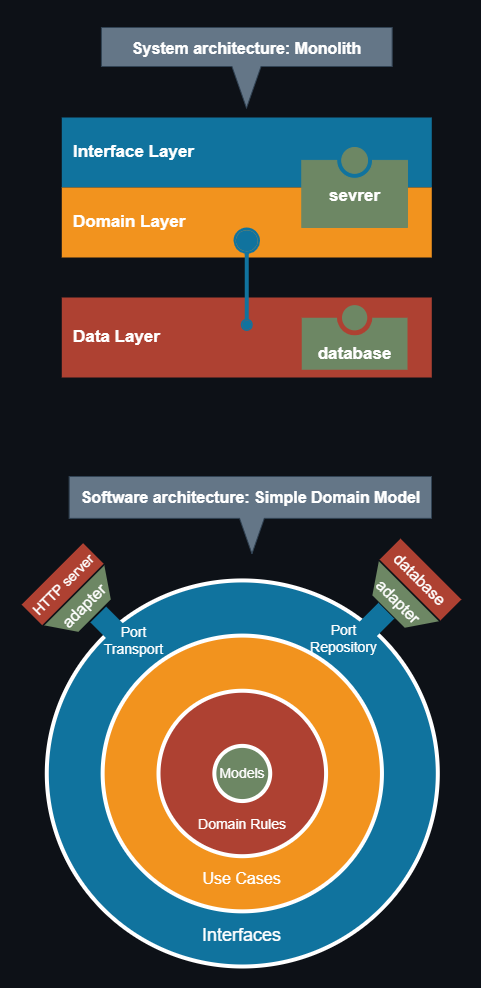
Before: asset/arch.png, a diagram exported from draw.io (kselnaag/shortlink). Source tidied: cells renumbered, new cells last; positions are measured from the earlier drawing's top-left corner, leaving out a move shared by most shapes. The source it was exported from:
```xml
<mxGraphModel>
  <root>
    <mxCell id="0" />
    <mxCell id="1" parent="0" />
    <mxCell id="2" style="rounded=0;whiteSpace=wrap;html=1;fontColor=#FFFFFF;strokeColor=#0d1117;fillColor=#0d1117;" parent="1" vertex="1">
      <mxGeometry width="480" height="987" as="geometry" />
    </mxCell>
    <mxCell id="3" style="group;" parent="1" vertex="1">
      <mxGeometry x="21" y="476" width="440" height="490" as="geometry" />
    </mxCell>
    <mxCell id="4" value="&lt;font style=&quot;font-size: 18px;&quot;&gt;&lt;br&gt;&lt;br&gt;&lt;br&gt;&lt;br&gt;&lt;br&gt;&lt;br&gt;&lt;br&gt;&lt;br&gt;&lt;br&gt;&lt;br&gt;&lt;br&gt;&lt;br&gt;&lt;br&gt;&lt;br&gt;&lt;br&gt;Interfaces&lt;br&gt;&lt;/font&gt;" style="ellipse;html=1;strokeWidth=4;fillColor=#10739E;strokeColor=#ffffff;shadow=0;fontSize=10;fontColor=#FFFFFF;align=center;fontStyle=0;whiteSpace=wrap;spacing=10;" parent="3" vertex="1">
      <mxGeometry x="25.3" y="103.9" width="391" height="386.1" as="geometry" />
    </mxCell>
    <mxCell id="5" value="&lt;font style=&quot;font-size: 16px;&quot;&gt;&lt;br&gt;&lt;br&gt;&lt;br&gt;&lt;br&gt;&lt;br&gt;&lt;br&gt;&lt;br&gt;&lt;br&gt;&lt;br&gt;&lt;br&gt;&lt;br&gt;Use Cases&lt;/font&gt;" style="ellipse;html=1;strokeWidth=4;fillColor=#F2931E;strokeColor=#ffffff;shadow=0;fontSize=10;fontColor=#FFFFFF;align=center;fontStyle=0;whiteSpace=wrap;spacing=10;" parent="3" vertex="1">
      <mxGeometry x="81.1" y="159.1" width="279.3" height="275.8" as="geometry" />
    </mxCell>
    <mxCell id="6" value="&lt;blockquote style=&quot;margin: 0px 0px 0px 40px; border: none; padding: 0px; font-size: 14px;&quot;&gt;&lt;font style=&quot;font-size: 14px;&quot;&gt;&lt;br&gt;&lt;/font&gt;&lt;/blockquote&gt;&lt;blockquote style=&quot;margin: 0px 0px 0px 40px; border: none; padding: 0px; font-size: 14px;&quot;&gt;&lt;br&gt;&lt;/blockquote&gt;&lt;blockquote style=&quot;margin: 0px 0px 0px 40px; border: none; padding: 0px; font-size: 14px;&quot;&gt;&lt;font style=&quot;font-size: 14px;&quot;&gt;&lt;br&gt;&lt;/font&gt;&lt;/blockquote&gt;&lt;blockquote style=&quot;margin: 0px 0px 0px 40px; border: none; padding: 0px; font-size: 14px;&quot;&gt;&lt;font style=&quot;font-size: 14px;&quot;&gt;&lt;br&gt;&lt;/font&gt;&lt;/blockquote&gt;&lt;blockquote style=&quot;margin: 0px 0px 0px 40px; border: none; padding: 0px; font-size: 14px;&quot;&gt;&lt;font style=&quot;font-size: 14px;&quot;&gt;&lt;br&gt;&lt;/font&gt;&lt;/blockquote&gt;&lt;blockquote style=&quot;margin: 0px 0px 0px 40px; border: none; padding: 0px; font-size: 14px;&quot;&gt;&lt;font style=&quot;font-size: 14px;&quot;&gt;&lt;br&gt;&lt;/font&gt;&lt;/blockquote&gt;&lt;font style=&quot;font-size: 14px;&quot;&gt;Domain Rules&lt;/font&gt;" style="ellipse;html=1;strokeWidth=4;fillColor=#AE4132;strokeColor=#ffffff;shadow=0;fontSize=10;fontColor=#FFFFFF;align=center;fontStyle=0;whiteSpace=wrap;spacing=10;" parent="3" vertex="1">
      <mxGeometry x="137" y="214.2" width="167.6" height="165.5" as="geometry" />
    </mxCell>
    <mxCell id="7" value="&lt;font style=&quot;font-size: 14px;&quot;&gt;Models&lt;/font&gt;" style="ellipse;html=1;strokeWidth=4;fillColor=#6D8764;strokeColor=#ffffff;shadow=0;fontSize=10;fontColor=#FFFFFF;align=center;fontStyle=0;whiteSpace=wrap;spacing=10;" parent="3" vertex="1">
      <mxGeometry x="192.9" y="269.4" width="55.9" height="55.2" as="geometry" />
    </mxCell>
    <mxCell id="8" value="&lt;font style=&quot;font-size: 16px;&quot;&gt;Software architecture: Simple Domain Model&lt;/font&gt;" style="html=1;shape=mxgraph.infographic.barCallout;dx=182.8;dy=35.35;fillColor=#647687;strokeColor=#314354;align=center;verticalAlign=top;fontSize=14;fontStyle=1;shadow=0;spacingTop=5;fontColor=#ffffff;" parent="3" vertex="1">
      <mxGeometry x="47.6" width="362.4" height="77.2" as="geometry" />
    </mxCell>
    <mxCell id="9" style="verticalLabelPosition=bottom;verticalAlign=top;html=1;shape=mxgraph.basic.rect;fillColor2=none;strokeWidth=1;size=0;indent=0;fontSize=16;gradientColor=none;fillColor=#10739E;rotation=45;strokeColor=none;" parent="3" vertex="1">
      <mxGeometry x="338.1" y="127.8" width="22.3" height="44.1" as="geometry" />
    </mxCell>
    <mxCell id="10" style="verticalLabelPosition=bottom;verticalAlign=top;html=1;shape=mxgraph.basic.rect;fillColor2=none;strokeWidth=1;size=0;indent=0;fontSize=16;gradientColor=none;fillColor=#10739E;rotation=-45;strokeColor=none;" parent="3" vertex="1">
      <mxGeometry x="81.1" y="131.5" width="22.3" height="44.1" as="geometry" />
    </mxCell>
    <mxCell id="11" value="&lt;font style=&quot;font-size: 14px;&quot; color=&quot;#ffffff&quot;&gt;HTTP server&lt;/font&gt;" style="verticalLabelPosition=middle;verticalAlign=middle;html=1;shape=trapezoid;perimeter=trapezoidPerimeter;whiteSpace=wrap;size=0;arcSize=10;flipV=1;labelPosition=center;align=center;fontSize=16;fillColor=#AE4132;strokeColor=none;rotation=-45;" parent="3" vertex="1">
      <mxGeometry x="-2.3" y="93.2" width="87" height="29.1" as="geometry" />
    </mxCell>
    <mxCell id="12" value="&lt;font style=&quot;font-size: 16px;&quot;&gt;adapter&lt;/font&gt;" style="verticalLabelPosition=middle;verticalAlign=middle;html=1;shape=trapezoid;perimeter=trapezoidPerimeter;whiteSpace=wrap;size=0.23;arcSize=10;flipV=1;labelPosition=center;align=center;fontSize=16;fillColor=#6d8764;strokeColor=none;rotation=-45;fontColor=#ffffff;" parent="3" vertex="1">
      <mxGeometry x="20.5" y="114.7" width="84.9" height="28.7" as="geometry" />
    </mxCell>
    <mxCell id="13" value="&lt;font style=&quot;font-size: 16px;&quot; color=&quot;#ffffff&quot;&gt;database&lt;/font&gt;" style="verticalLabelPosition=middle;verticalAlign=middle;html=1;shape=trapezoid;perimeter=trapezoidPerimeter;whiteSpace=wrap;size=0;arcSize=10;flipV=1;labelPosition=center;align=center;fontSize=16;fillColor=#AE4132;strokeColor=none;rotation=45;" parent="3" vertex="1">
      <mxGeometry x="356" y="88.2" width="86" height="29.6" as="geometry" />
    </mxCell>
    <mxCell id="14" value="&lt;font style=&quot;font-size: 14px;&quot; color=&quot;#ffffff&quot;&gt;Port Repository&lt;/font&gt;" style="text;html=1;strokeColor=none;fillColor=none;align=center;verticalAlign=middle;whiteSpace=wrap;rounded=0;fontSize=10;fontColor=#000000;" parent="3" vertex="1">
      <mxGeometry x="288.9" y="145.9" width="67" height="33.1" as="geometry" />
    </mxCell>
    <mxCell id="15" value="&lt;font style=&quot;font-size: 14px;&quot; color=&quot;#ffffff&quot;&gt;Port&lt;br&gt;Transport&lt;/font&gt;" style="text;html=1;strokeColor=none;fillColor=none;align=center;verticalAlign=middle;whiteSpace=wrap;rounded=0;fontSize=10;fontColor=#000000;" parent="3" vertex="1">
      <mxGeometry x="78.9" y="147" width="67" height="33.1" as="geometry" />
    </mxCell>
    <mxCell id="16" value="&lt;font style=&quot;font-size: 16px;&quot;&gt;adapter&lt;/font&gt;" style="verticalLabelPosition=middle;verticalAlign=middle;html=1;shape=trapezoid;perimeter=trapezoidPerimeter;whiteSpace=wrap;size=0.23;arcSize=10;flipV=1;labelPosition=center;align=center;fontSize=16;fillColor=#6d8764;strokeColor=none;rotation=45;fontColor=#ffffff;" parent="3" vertex="1">
      <mxGeometry x="334.7" y="110.6" width="84.9" height="28.7" as="geometry" />
    </mxCell>
    <mxCell id="17" value="z" style="group;" parent="3" vertex="1">
      <mxGeometry x="40.3" y="-449" width="370" height="460" as="geometry" />
    </mxCell>
    <mxCell id="18" value="Interface Layer" style="shape=mxgraph.infographic.ribbonSimple;notch1=0;notch2=0;notch=0;html=1;fillColor=#10739E;strokeColor=none;shadow=0;fontSize=17;fontColor=#FFFFFF;align=left;spacingLeft=10;fontStyle=1;" parent="17" vertex="1">
      <mxGeometry y="90" width="370" height="70" as="geometry" />
    </mxCell>
    <mxCell id="19" value="Domain Layer" style="shape=mxgraph.infographic.ribbonSimple;notch1=0;notch2=0;notch=0;html=1;fillColor=#F2931E;strokeColor=none;shadow=0;fontSize=17;fontColor=#FFFFFF;align=left;spacingLeft=10;fontStyle=1;" parent="17" vertex="1">
      <mxGeometry y="160" width="370" height="70" as="geometry" />
    </mxCell>
    <mxCell id="20" value="Data Layer" style="shape=mxgraph.infographic.ribbonSimple;notch1=0;notch2=0;notch=0;html=1;fillColor=#AE4132;strokeColor=none;shadow=0;fontSize=17;fontColor=#FFFFFF;align=left;spacingLeft=10;fontStyle=1;fixDash=0;gradientColor=none;" parent="17" vertex="1">
      <mxGeometry y="270" width="370" height="80" as="geometry" />
    </mxCell>
    <mxCell id="21" value="&lt;font style=&quot;font-size: 16px;&quot;&gt;System architecture: Monolith&lt;/font&gt;" style="html=1;shape=mxgraph.infographic.barCallout;dx=145.07;dy=41.5;fillColor=#647687;strokeColor=#314354;align=center;verticalAlign=top;fontColor=#ffffff;fontSize=14;fontStyle=1;shadow=0;spacingTop=5;" parent="17" vertex="1">
      <mxGeometry x="39.6" width="290.7" height="80.5" as="geometry" />
    </mxCell>
    <mxCell id="22" style="verticalLabelPosition=middle;verticalAlign=middle;html=1;shape=mxgraph.infographic.circularCallout2;dy=15;strokeColor=#10739E;labelPosition=center;align=center;fontColor=#10739E;fontStyle=1;fontSize=24;gradientColor=none;fillColor=#10739E;" parent="17" vertex="1">
      <mxGeometry x="171.8" y="200" width="26.4" height="103.5" as="geometry" />
    </mxCell>
    <mxCell id="23" value="sevrer" style="verticalLabelPosition=middle;verticalAlign=top;html=1;shape=mxgraph.infographic.numberedEntryVert;dy=25.82;fillColor=#6D8764;strokeColor=#6D8764;fontSize=17;fontColor=#FFFFFF;align=center;labelPosition=center;spacingTop=32;fontStyle=1;" parent="17" vertex="1">
      <mxGeometry x="240" y="120" width="105.7" height="80" as="geometry" />
    </mxCell>
    <mxCell id="24" value="database" style="verticalLabelPosition=middle;verticalAlign=top;html=1;shape=mxgraph.infographic.numberedEntryVert;dy=25.24;fillColor=#6D8764;strokeColor=none;fontSize=17;fontColor=#FFFFFF;align=center;labelPosition=center;spacingTop=32;fontStyle=1;" parent="17" vertex="1">
      <mxGeometry x="240" y="277.6" width="105.7" height="64.8" as="geometry" />
    </mxCell>
  </root>
</mxGraphModel>
```
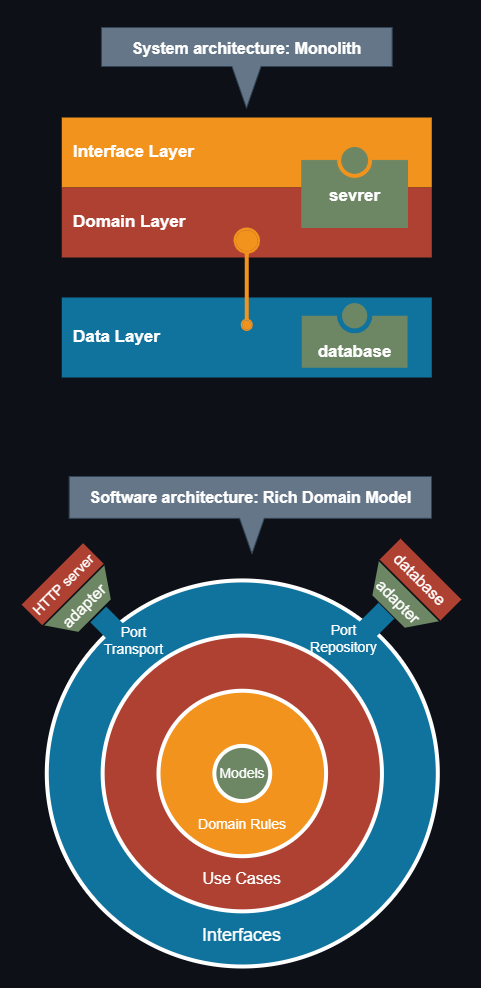
The same diagram one commit later.

What changed in the source:
```diff
@@ -11,16 +11,16 @@
     <mxCell id="4" value="&lt;font style=&quot;font-size: 18px;&quot;&gt;&lt;br&gt;&lt;br&gt;&lt;br&gt;&lt;br&gt;&lt;br&gt;&lt;br&gt;&lt;br&gt;&lt;br&gt;&lt;br&gt;&lt;br&gt;&lt;br&gt;&lt;br&gt;&lt;br&gt;&lt;br&gt;&lt;br&gt;Interfaces&lt;br&gt;&lt;/font&gt;" style="ellipse;html=1;strokeWidth=4;fillColor=#10739E;strokeColor=#ffffff;shadow=0;fontSize=10;fontColor=#FFFFFF;align=center;fontStyle=0;whiteSpace=wrap;spacing=10;" parent="3" vertex="1">
       <mxGeometry x="25.3" y="103.9" width="391" height="386.1" as="geometry" />
     </mxCell>
-    <mxCell id="5" value="&lt;font style=&quot;font-size: 16px;&quot;&gt;&lt;br&gt;&lt;br&gt;&lt;br&gt;&lt;br&gt;&lt;br&gt;&lt;br&gt;&lt;br&gt;&lt;br&gt;&lt;br&gt;&lt;br&gt;&lt;br&gt;Use Cases&lt;/font&gt;" style="ellipse;html=1;strokeWidth=4;fillColor=#F2931E;strokeColor=#ffffff;shadow=0;fontSize=10;fontColor=#FFFFFF;align=center;fontStyle=0;whiteSpace=wrap;spacing=10;" parent="3" vertex="1">
+    <mxCell id="5" value="&lt;font style=&quot;font-size: 16px;&quot;&gt;&lt;br&gt;&lt;br&gt;&lt;br&gt;&lt;br&gt;&lt;br&gt;&lt;br&gt;&lt;br&gt;&lt;br&gt;&lt;br&gt;&lt;br&gt;&lt;br&gt;Use Cases&lt;/font&gt;" style="ellipse;html=1;strokeWidth=4;fillColor=#AE4132;strokeColor=#ffffff;shadow=0;fontSize=10;fontColor=#FFFFFF;align=center;fontStyle=0;whiteSpace=wrap;spacing=10;" parent="3" vertex="1">
       <mxGeometry x="81.1" y="159.1" width="279.3" height="275.8" as="geometry" />
     </mxCell>
-    <mxCell id="6" value="&lt;blockquote style=&quot;margin: 0px 0px 0px 40px; border: none; padding: 0px; font-size: 14px;&quot;&gt;&lt;font style=&quot;font-size: 14px;&quot;&gt;&lt;br&gt;&lt;/font&gt;&lt;/blockquote&gt;&lt;blockquote style=&quot;margin: 0px 0px 0px 40px; border: none; padding: 0px; font-size: 14px;&quot;&gt;&lt;br&gt;&lt;/blockquote&gt;&lt;blockquote style=&quot;margin: 0px 0px 0px 40px; border: none; padding: 0px; font-size: 14px;&quot;&gt;&lt;font style=&quot;font-size: 14px;&quot;&gt;&lt;br&gt;&lt;/font&gt;&lt;/blockquote&gt;&lt;blockquote style=&quot;margin: 0px 0px 0px 40px; border: none; padding: 0px; font-size: 14px;&quot;&gt;&lt;font style=&quot;font-size: 14px;&quot;&gt;&lt;br&gt;&lt;/font&gt;&lt;/blockquote&gt;&lt;blockquote style=&quot;margin: 0px 0px 0px 40px; border: none; padding: 0px; font-size: 14px;&quot;&gt;&lt;font style=&quot;font-size: 14px;&quot;&gt;&lt;br&gt;&lt;/font&gt;&lt;/blockquote&gt;&lt;blockquote style=&quot;margin: 0px 0px 0px 40px; border: none; padding: 0px; font-size: 14px;&quot;&gt;&lt;font style=&quot;font-size: 14px;&quot;&gt;&lt;br&gt;&lt;/font&gt;&lt;/blockquote&gt;&lt;font style=&quot;font-size: 14px;&quot;&gt;Domain Rules&lt;/font&gt;" style="ellipse;html=1;strokeWidth=4;fillColor=#AE4132;strokeColor=#ffffff;shadow=0;fontSize=10;fontColor=#FFFFFF;align=center;fontStyle=0;whiteSpace=wrap;spacing=10;" parent="3" vertex="1">
+    <mxCell id="6" value="&lt;blockquote style=&quot;margin: 0px 0px 0px 40px; border: none; padding: 0px; font-size: 14px;&quot;&gt;&lt;font style=&quot;font-size: 14px;&quot;&gt;&lt;br&gt;&lt;/font&gt;&lt;/blockquote&gt;&lt;blockquote style=&quot;margin: 0px 0px 0px 40px; border: none; padding: 0px; font-size: 14px;&quot;&gt;&lt;br&gt;&lt;/blockquote&gt;&lt;blockquote style=&quot;margin: 0px 0px 0px 40px; border: none; padding: 0px; font-size: 14px;&quot;&gt;&lt;font style=&quot;font-size: 14px;&quot;&gt;&lt;br&gt;&lt;/font&gt;&lt;/blockquote&gt;&lt;blockquote style=&quot;margin: 0px 0px 0px 40px; border: none; padding: 0px; font-size: 14px;&quot;&gt;&lt;font style=&quot;font-size: 14px;&quot;&gt;&lt;br&gt;&lt;/font&gt;&lt;/blockquote&gt;&lt;blockquote style=&quot;margin: 0px 0px 0px 40px; border: none; padding: 0px; font-size: 14px;&quot;&gt;&lt;font style=&quot;font-size: 14px;&quot;&gt;&lt;br&gt;&lt;/font&gt;&lt;/blockquote&gt;&lt;blockquote style=&quot;margin: 0px 0px 0px 40px; border: none; padding: 0px; font-size: 14px;&quot;&gt;&lt;font style=&quot;font-size: 14px;&quot;&gt;&lt;br&gt;&lt;/font&gt;&lt;/blockquote&gt;&lt;font style=&quot;font-size: 14px;&quot;&gt;Domain Rules&lt;/font&gt;" style="ellipse;html=1;strokeWidth=4;fillColor=#F2931E;strokeColor=#ffffff;shadow=0;fontSize=10;fontColor=#FFFFFF;align=center;fontStyle=0;whiteSpace=wrap;spacing=10;" parent="3" vertex="1">
       <mxGeometry x="137" y="214.2" width="167.6" height="165.5" as="geometry" />
     </mxCell>
     <mxCell id="7" value="&lt;font style=&quot;font-size: 14px;&quot;&gt;Models&lt;/font&gt;" style="ellipse;html=1;strokeWidth=4;fillColor=#6D8764;strokeColor=#ffffff;shadow=0;fontSize=10;fontColor=#FFFFFF;align=center;fontStyle=0;whiteSpace=wrap;spacing=10;" parent="3" vertex="1">
       <mxGeometry x="192.9" y="269.4" width="55.9" height="55.2" as="geometry" />
     </mxCell>
-    <mxCell id="8" value="&lt;font style=&quot;font-size: 16px;&quot;&gt;Software architecture: Simple Domain Model&lt;/font&gt;" style="html=1;shape=mxgraph.infographic.barCallout;dx=182.8;dy=35.35;fillColor=#647687;strokeColor=#314354;align=center;verticalAlign=top;fontSize=14;fontStyle=1;shadow=0;spacingTop=5;fontColor=#ffffff;" parent="3" vertex="1">
+    <mxCell id="8" value="&lt;font style=&quot;font-size: 16px;&quot;&gt;Software architecture: Rich Domain Model&lt;/font&gt;" style="html=1;shape=mxgraph.infographic.barCallout;dx=182.8;dy=35.35;fillColor=#647687;strokeColor=#314354;align=center;verticalAlign=top;fontSize=14;fontStyle=1;shadow=0;spacingTop=5;fontColor=#ffffff;" parent="3" vertex="1">
       <mxGeometry x="47.6" width="362.4" height="77.2" as="geometry" />
     </mxCell>
     <mxCell id="9" style="verticalLabelPosition=bottom;verticalAlign=top;html=1;shape=mxgraph.basic.rect;fillColor2=none;strokeWidth=1;size=0;indent=0;fontSize=16;gradientColor=none;fillColor=#10739E;rotation=45;strokeColor=none;" parent="3" vertex="1">
@@ -50,26 +50,26 @@
     <mxCell id="17" value="z" style="group;" parent="3" vertex="1">
       <mxGeometry x="40.3" y="-449" width="370" height="460" as="geometry" />
     </mxCell>
-    <mxCell id="18" value="Interface Layer" style="shape=mxgraph.infographic.ribbonSimple;notch1=0;notch2=0;notch=0;html=1;fillColor=#10739E;strokeColor=none;shadow=0;fontSize=17;fontColor=#FFFFFF;align=left;spacingLeft=10;fontStyle=1;" parent="17" vertex="1">
+    <mxCell id="18" value="Interface Layer" style="shape=mxgraph.infographic.ribbonSimple;notch1=0;notch2=0;notch=0;html=1;fillColor=#F2931E;strokeColor=none;shadow=0;fontSize=17;fontColor=#FFFFFF;align=left;spacingLeft=10;fontStyle=1;" parent="17" vertex="1">
       <mxGeometry y="90" width="370" height="70" as="geometry" />
     </mxCell>
-    <mxCell id="19" value="Domain Layer" style="shape=mxgraph.infographic.ribbonSimple;notch1=0;notch2=0;notch=0;html=1;fillColor=#F2931E;strokeColor=none;shadow=0;fontSize=17;fontColor=#FFFFFF;align=left;spacingLeft=10;fontStyle=1;" parent="17" vertex="1">
+    <mxCell id="19" value="Domain Layer" style="shape=mxgraph.infographic.ribbonSimple;notch1=0;notch2=0;notch=0;html=1;fillColor=#AE4132;strokeColor=none;shadow=0;fontSize=17;fontColor=#FFFFFF;align=left;spacingLeft=10;fontStyle=1;" parent="17" vertex="1">
       <mxGeometry y="160" width="370" height="70" as="geometry" />
     </mxCell>
-    <mxCell id="20" value="Data Layer" style="shape=mxgraph.infographic.ribbonSimple;notch1=0;notch2=0;notch=0;html=1;fillColor=#AE4132;strokeColor=none;shadow=0;fontSize=17;fontColor=#FFFFFF;align=left;spacingLeft=10;fontStyle=1;fixDash=0;gradientColor=none;" parent="17" vertex="1">
+    <mxCell id="20" value="Data Layer" style="shape=mxgraph.infographic.ribbonSimple;notch1=0;notch2=0;notch=0;html=1;fillColor=#10739E;strokeColor=none;shadow=0;fontSize=17;fontColor=#FFFFFF;align=left;spacingLeft=10;fontStyle=1;fixDash=0;gradientColor=none;" parent="17" vertex="1">
       <mxGeometry y="270" width="370" height="80" as="geometry" />
     </mxCell>
     <mxCell id="21" value="&lt;font style=&quot;font-size: 16px;&quot;&gt;System architecture: Monolith&lt;/font&gt;" style="html=1;shape=mxgraph.infographic.barCallout;dx=145.07;dy=41.5;fillColor=#647687;strokeColor=#314354;align=center;verticalAlign=top;fontColor=#ffffff;fontSize=14;fontStyle=1;shadow=0;spacingTop=5;" parent="17" vertex="1">
       <mxGeometry x="39.6" width="290.7" height="80.5" as="geometry" />
     </mxCell>
-    <mxCell id="22" style="verticalLabelPosition=middle;verticalAlign=middle;html=1;shape=mxgraph.infographic.circularCallout2;dy=15;strokeColor=#10739E;labelPosition=center;align=center;fontColor=#10739E;fontStyle=1;fontSize=24;gradientColor=none;fillColor=#10739E;" parent="17" vertex="1">
+    <mxCell id="22" style="verticalLabelPosition=middle;verticalAlign=middle;html=1;shape=mxgraph.infographic.circularCallout2;dy=15;strokeColor=#F2931E;labelPosition=center;align=center;fontColor=#10739E;fontStyle=1;fontSize=24;gradientColor=none;fillColor=#F2931E;" parent="17" vertex="1">
       <mxGeometry x="171.8" y="200" width="26.4" height="103.5" as="geometry" />
     </mxCell>
     <mxCell id="23" value="sevrer" style="verticalLabelPosition=middle;verticalAlign=top;html=1;shape=mxgraph.infographic.numberedEntryVert;dy=25.82;fillColor=#6D8764;strokeColor=#6D8764;fontSize=17;fontColor=#FFFFFF;align=center;labelPosition=center;spacingTop=32;fontStyle=1;" parent="17" vertex="1">
       <mxGeometry x="240" y="120" width="105.7" height="80" as="geometry" />
     </mxCell>
     <mxCell id="24" value="database" style="verticalLabelPosition=middle;verticalAlign=top;html=1;shape=mxgraph.infographic.numberedEntryVert;dy=25.24;fillColor=#6D8764;strokeColor=none;fontSize=17;fontColor=#FFFFFF;align=center;labelPosition=center;spacingTop=32;fontStyle=1;" parent="17" vertex="1">
-      <mxGeometry x="240" y="277.6" width="105.7" height="64.8" as="geometry" />
+      <mxGeometry x="240" y="275.6" width="105.7" height="64.8" as="geometry" />
     </mxCell>
   </root>
 </mxGraphModel>
```
